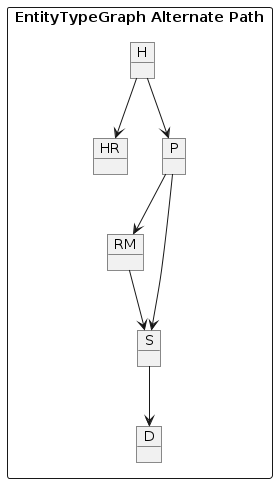
The PlantUML diagram project_planning/images/mega_entity_type_graph2_cet.png in jbrestel/org-docs, before a commit.
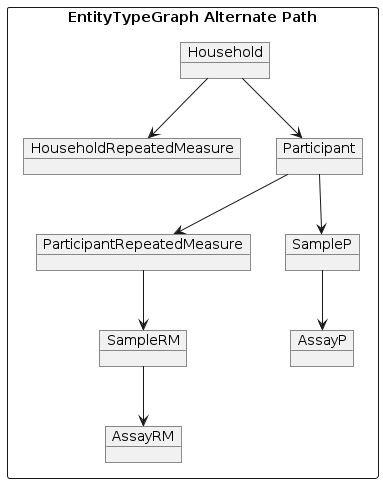
Later version of the same file.

Diff of the diagram source:
```diff
@@ -1,16 +1,19 @@
 @startuml
 rectangle "EntityTypeGraph Alternate Path" {
-object H
-object HR
-object P
-object RM
-object S
-object D
+object Household
+object HouseholdRepeatedMeasure
+object Participant
+object ParticipantRepeatedMeasure
+object SampleP
+object SampleRM
+object AssayP
+object AssayRM
 }
-H --> HR
-H --> P
-P --> RM
-P --> S
-RM --> S
-S --> D
+Household --> HouseholdRepeatedMeasure
+Household --> Participant
+Participant --> ParticipantRepeatedMeasure
+Participant --> SampleP
+ParticipantRepeatedMeasure --> SampleRM
+SampleP --> AssayP
+SampleRM --> AssayRM
 @enduml
```
